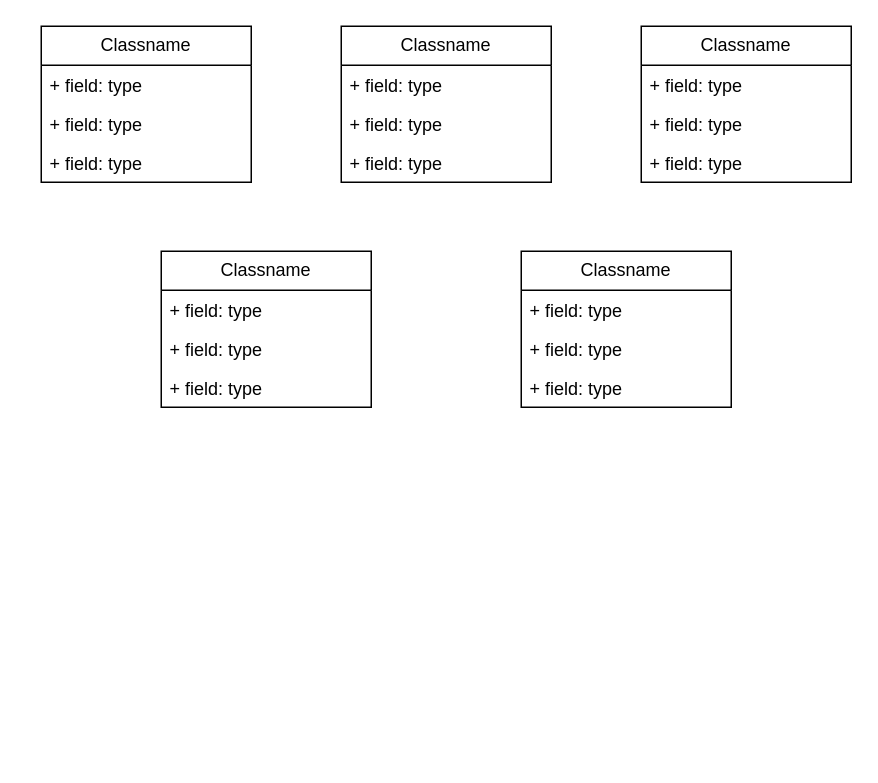
Before: UML.drawio in Rikardooliv/ProjectX, a draw.io diagram. Source tidied: cells renumbered, new cells numbered last; positions are measured from the earlier drawing's top-left corner, leaving out a move shared by most shapes. Both pictures are drawn from the tidied source at 150%, with x=0, y=0 at pixel (40, 26).
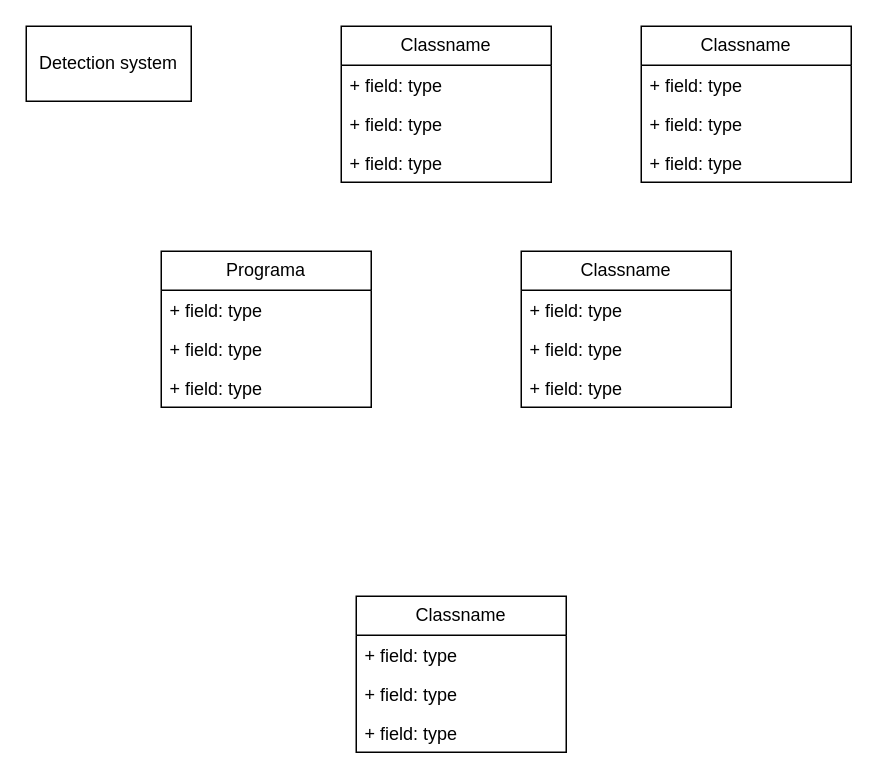
Above is the later version.

The edit, as a diff of the source:
```diff
@@
     <mxCell id="2" value="Classname" style="swimlane;fontStyle=0;horizontal=1;startSize=26;fillColor=none;whiteSpace=wrap;html=1;" parent="1" vertex="1">
-      <mxGeometry width="140" height="104" as="geometry" />
+      <mxGeometry x="210" y="380" width="140" height="104" as="geometry" />
     </mxCell>
@@
-    <mxCell id="14" value="Classname" style="swimlane;fontStyle=0;horizontal=1;startSize=26;fillColor=none;whiteSpace=wrap;html=1;" parent="1" vertex="1">
+    <mxCell id="14" value="Programa" style="swimlane;fontStyle=0;horizontal=1;startSize=26;fillColor=none;whiteSpace=wrap;html=1;" parent="1" vertex="1">
       <mxGeometry x="80" y="150" width="140" height="104" as="geometry" />
     </mxCell>
@@
+    <mxCell id="22" value="Detection system" style="html=1;whiteSpace=wrap;" parent="1" vertex="1">
+      <mxGeometry x="-10" width="110" height="50" as="geometry" />
+    </mxCell>
```
